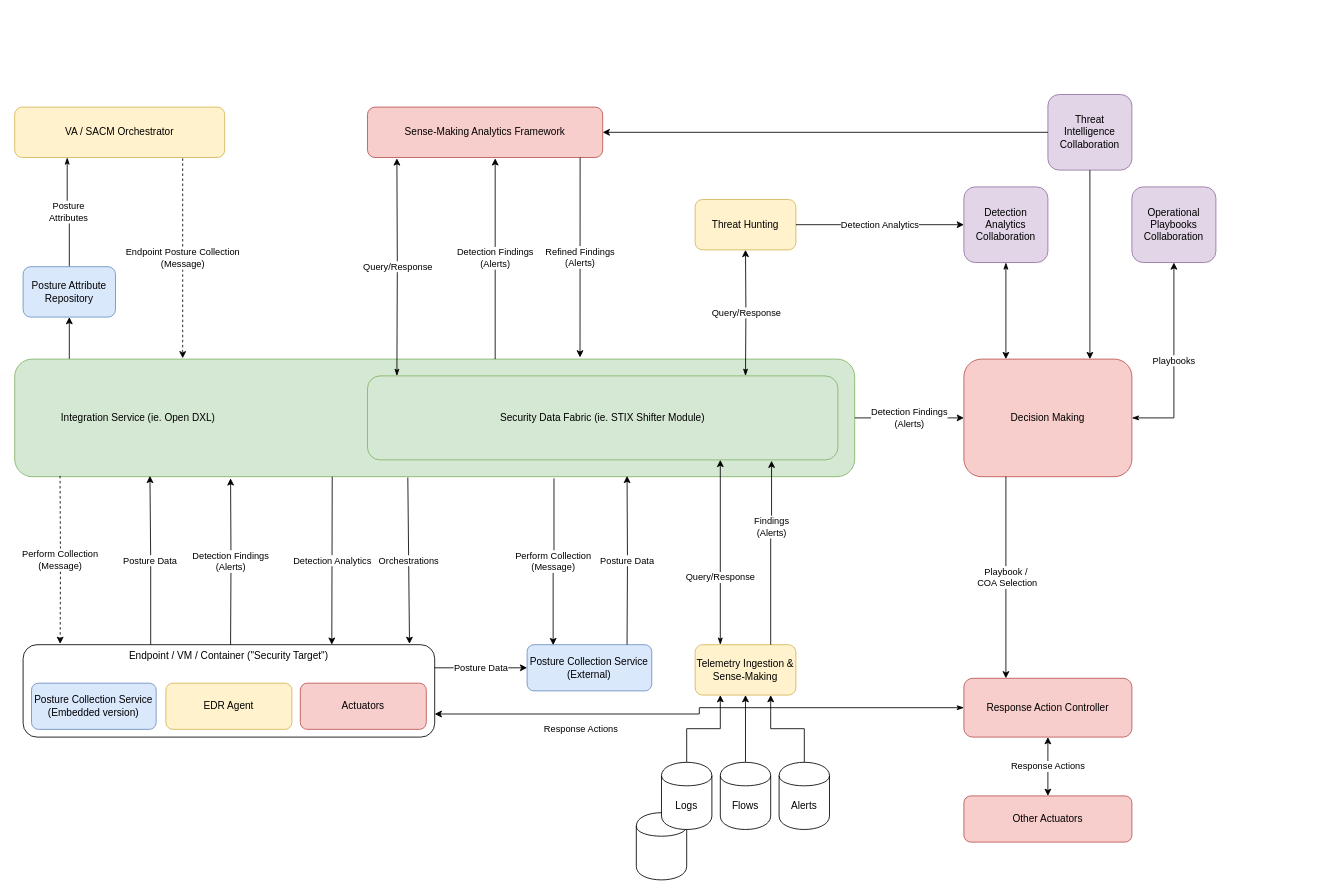
Before: SACM_OCA_IACD.drawio in opencybersecurityalliance/documentation, a draw.io diagram. Source tidied: cells renumbered, new cells numbered last; positions are measured from the earlier drawing's top-left corner, leaving out a move shared by most shapes. Both pictures are drawn from the tidied source at 84%, with x=0, y=0 at pixel (14, 94).
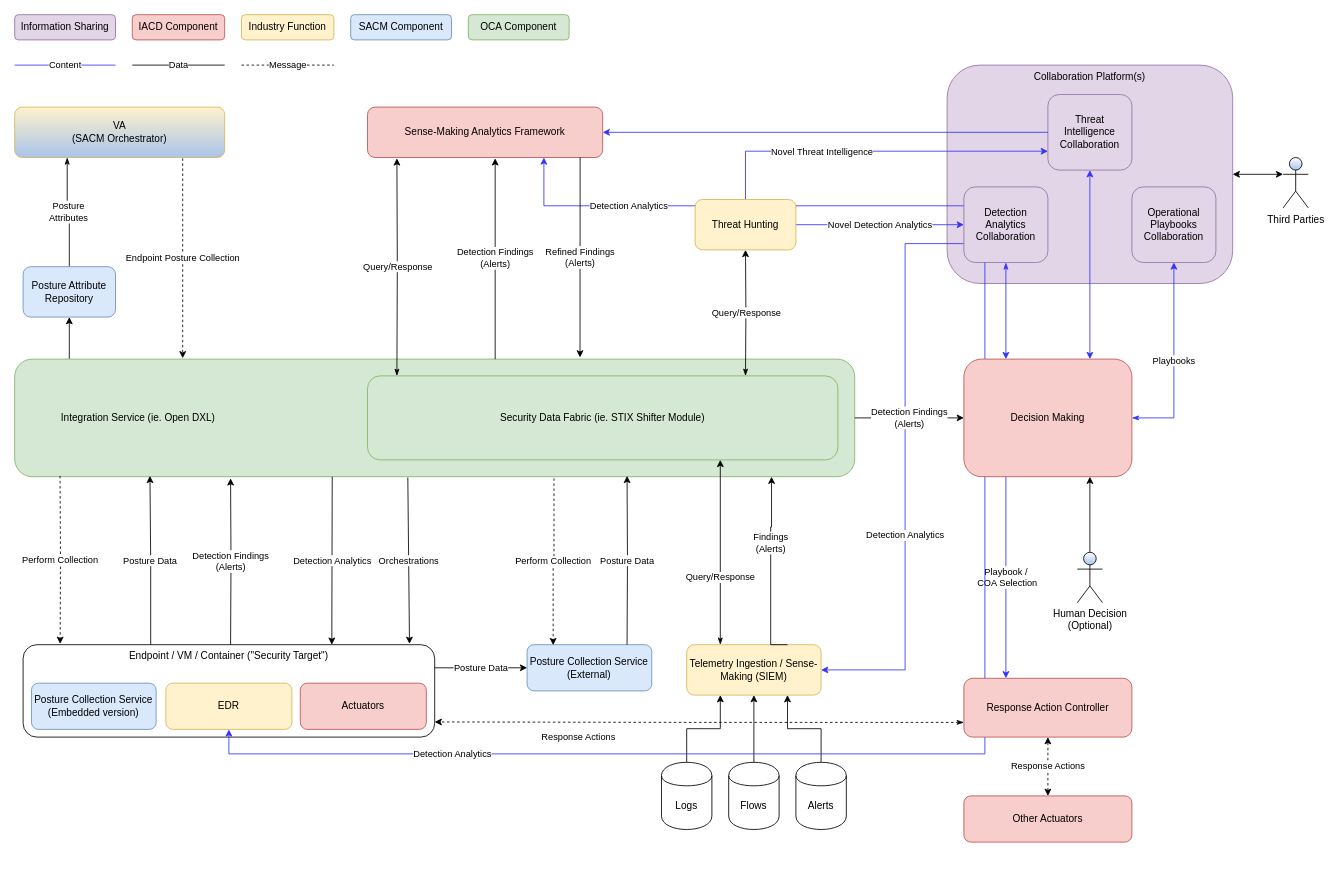
The same page after the edit.

Unchanged cells that the change refers to:
```xml
<mxCell id="6" value="&amp;nbsp; &amp;nbsp; &amp;nbsp; &amp;nbsp; &amp;nbsp; &amp;nbsp; &amp;nbsp; &amp;nbsp; Integration Service (ie. Open DXL)" style="rounded=1;whiteSpace=wrap;html=1;align=left;fillColor=#d5e8d4;strokeColor=#82b366;" parent="1" vertex="1">
  <mxGeometry y="315" width="1000" height="140" as="geometry" />
</mxCell>
<mxCell id="9" value="Threat Intelligence Collaboration" style="rounded=1;whiteSpace=wrap;html=1;fillColor=#e1d5e7;strokeColor=#9673a6;" parent="1" vertex="1">
  <mxGeometry x="1230" width="100" height="90" as="geometry" />
</mxCell>
<mxCell id="10" value="Security Data Fabric (ie. STIX Shifter Module)" style="rounded=1;whiteSpace=wrap;html=1;fillColor=#d5e8d4;strokeColor=#82b366;" parent="1" vertex="1">
  <mxGeometry x="420" y="335" width="560" height="100" as="geometry" />
</mxCell>
<mxCell id="13" style="group;" parent="1" vertex="1">
  <mxGeometry x="10" y="655" width="490" height="110" as="geometry" />
</mxCell>
<mxCell id="14" value="Endpoint / VM / Container (&quot;Security Target&quot;)" style="rounded=1;whiteSpace=wrap;html=1;verticalAlign=top;" parent="13" vertex="1">
  <mxGeometry width="490" height="110" as="geometry" />
</mxCell>
<mxCell id="21" value="Posture Collection Service (External)" style="rounded=1;whiteSpace=wrap;html=1;fillColor=#dae8fc;strokeColor=#6c8ebf;" parent="1" vertex="1">
  <mxGeometry x="610" y="655" width="148.4" height="55" as="geometry" />
</mxCell>
<mxCell id="25" value="Sense-Making Analytics Framework" style="rounded=1;whiteSpace=wrap;html=1;fillColor=#f8cecc;strokeColor=#b85450;" parent="1" vertex="1">
  <mxGeometry x="420" y="15" width="280" height="60" as="geometry" />
</mxCell>
<mxCell id="26" value="Detection Analytics Collaboration" style="rounded=1;whiteSpace=wrap;html=1;fillColor=#e1d5e7;strokeColor=#9673a6;" parent="1" vertex="1">
  <mxGeometry x="1130" y="110" width="100" height="90" as="geometry" />
</mxCell>
<mxCell id="40" value="Other Actuators" style="rounded=1;whiteSpace=wrap;html=1;fillColor=#f8cecc;strokeColor=#b85450;" parent="1" vertex="1">
  <mxGeometry x="1130" y="835" width="200" height="55" as="geometry" />
</mxCell>
<mxCell id="43" value="Operational&lt;br&gt;Playbooks&lt;br&gt;Collaboration" style="rounded=1;whiteSpace=wrap;html=1;fillColor=#e1d5e7;strokeColor=#9673a6;" parent="1" vertex="1">
  <mxGeometry x="1330" y="110" width="100" height="90" as="geometry" />
</mxCell>
```

What changed in the source:
```diff
@@
+    <mxCell id="54" value="Collaboration Platform(s)" style="rounded=1;whiteSpace=wrap;html=1;align=center;fillColor=#e1d5e7;strokeColor=#9673a6;verticalAlign=top;" parent="1" vertex="1">
+      <mxGeometry x="1110" y="-35" width="340" height="260" as="geometry" />
+    </mxCell>
-    <mxCell id="2" value="Endpoint Posture Collection&lt;br&gt;(Message)" style="edgeStyle=orthogonalEdgeStyle;rounded=0;jettySize=auto;html=1;exitX=0.8;exitY=1.017;exitDx=0;exitDy=0;exitPerimeter=0;dashed=1;" parent="1" edge="1" source="12">
+    <mxCell id="2" value="Endpoint Posture Collection" style="edgeStyle=orthogonalEdgeStyle;rounded=0;jettySize=auto;html=1;exitX=0.8;exitY=1.017;exitDx=0;exitDy=0;exitPerimeter=0;dashed=1;" parent="1" edge="1" source="12">
       <mxGeometry relative="1" as="geometry">
         <mxPoint x="200" y="314" as="targetPoint" />
       </mxGeometry>
     </mxCell>
@@
-    <mxCell id="8" value="Perform Collection&lt;br&gt;(Message)" style="edgeStyle=orthogonalEdgeStyle;rounded=0;jettySize=auto;html=1;entryX=0.09;entryY=-0.009;entryDx=0;entryDy=0;entryPerimeter=0;dashed=1;" parent="1" edge="1" target="14">
+    <mxCell id="8" value="Perform Collection" style="edgeStyle=orthogonalEdgeStyle;rounded=0;jettySize=auto;html=1;entryX=0.09;entryY=-0.009;entryDx=0;entryDy=0;entryPerimeter=0;dashed=1;" parent="1" edge="1" target="14">
       <mxGeometry relative="1" as="geometry">
         <mxPoint x="54" y="454" as="sourcePoint" />
       </mxGeometry>
     </mxCell>
@@
-    <mxCell id="11" value="Threat Hunting" style="rounded=1;whiteSpace=wrap;html=1;fillColor=#fff2cc;strokeColor=#d6b656;" parent="1" vertex="1">
-      <mxGeometry x="810" y="125" width="120" height="60" as="geometry" />
-    </mxCell>
-    <mxCell id="12" value="VA / SACM Orchestrator" style="rounded=1;whiteSpace=wrap;html=1;fillColor=#fff2cc;strokeColor=#d6b656;" parent="1" vertex="1">
+    <mxCell id="12" value="VA&lt;br&gt;(SACM Orchestrator)" style="rounded=1;whiteSpace=wrap;html=1;fillColor=#fff2cc;strokeColor=#d6b656;gradientColor=#A9C4EB;" parent="1" vertex="1">
       <mxGeometry y="15" width="250" height="60" as="geometry" />
     </mxCell>
@@
-    <mxCell id="16" value="EDR Agent" style="rounded=1;whiteSpace=wrap;html=1;fillColor=#fff2cc;strokeColor=#d6b656;" parent="13" vertex="1">
+    <mxCell id="16" value="EDR" style="rounded=1;whiteSpace=wrap;html=1;fillColor=#fff2cc;strokeColor=#d6b656;" parent="13" vertex="1">
       <mxGeometry x="170" y="45.8" width="150" height="55" as="geometry" />
     </mxCell>
@@
-    <mxCell id="23" value="Perform Collection&lt;br&gt;(Message)" style="edgeStyle=orthogonalEdgeStyle;rounded=0;jettySize=auto;html=1;entryX=0.209;entryY=0.009;entryDx=0;entryDy=0;entryPerimeter=0;exitX=0.642;exitY=1.014;exitDx=0;exitDy=0;exitPerimeter=0;" parent="1" edge="1" source="6" target="21">
+    <mxCell id="23" value="Perform Collection" style="edgeStyle=orthogonalEdgeStyle;rounded=0;jettySize=auto;html=1;entryX=0.209;entryY=0.009;entryDx=0;entryDy=0;entryPerimeter=0;exitX=0.642;exitY=1.014;exitDx=0;exitDy=0;exitPerimeter=0;dashed=1;" parent="1" edge="1" source="6" target="21">
       <mxGeometry relative="1" as="geometry" />
     </mxCell>
@@
+    <mxCell id="55" value="Detection Analytics" style="edgeStyle=orthogonalEdgeStyle;rounded=0;jettySize=auto;html=1;exitX=0;exitY=0.25;exitDx=0;exitDy=0;entryX=0.75;entryY=1;entryDx=0;entryDy=0;startArrow=none;startFill=0;endArrow=classic;endFill=1;strokeColor=#3333FF;" parent="1" edge="1" source="26" target="25">
+      <mxGeometry x="0.43" relative="1" as="geometry" />
+    </mxCell>
+    <mxCell id="56" value="Detection Analytics" style="edgeStyle=orthogonalEdgeStyle;rounded=0;jettySize=auto;html=1;exitX=0;exitY=0.75;exitDx=0;exitDy=0;entryX=1;entryY=0.5;entryDx=0;entryDy=0;startArrow=none;startFill=0;endArrow=classic;endFill=1;strokeColor=#3333FF;" parent="1" edge="1" source="26" target="44">
+      <mxGeometry x="0.23" relative="1" as="geometry">
+        <Array as="points">
+          <mxPoint x="1060" y="178" />
+          <mxPoint x="1060" y="685" />
+        </Array>
+      </mxGeometry>
+    </mxCell>
@@
-    <mxCell id="31" value="Response Actions" style="edgeStyle=orthogonalEdgeStyle;rounded=0;jettySize=auto;html=1;entryX=1;entryY=0.75;entryDx=0;entryDy=0;startArrow=classicThin;startFill=1;exitX=0;exitY=0.5;exitDx=0;exitDy=0;" parent="1" edge="1" source="39" target="14">
+    <mxCell id="31" value="Response Actions" style="edgeStyle=orthogonalEdgeStyle;rounded=0;jettySize=auto;html=1;entryX=1;entryY=0.836;entryDx=0;entryDy=0;startArrow=classicThin;startFill=1;exitX=0;exitY=0.75;exitDx=0;exitDy=0;dashed=1;entryPerimeter=0;" parent="1" edge="1" source="39" target="14">
       <mxGeometry x="0.46" y="18" relative="1" as="geometry">
         <mxPoint x="1" as="offset" />
       </mxGeometry>
     </mxCell>
-    <mxCell id="32" value="Playbooks" style="edgeStyle=orthogonalEdgeStyle;rounded=0;jettySize=auto;html=1;exitX=1;exitY=0.5;exitDx=0;exitDy=0;entryX=0.5;entryY=1;entryDx=0;entryDy=0;startArrow=classicThin;startFill=1;" parent="1" edge="1" source="33" target="43">
+    <mxCell id="32" value="Playbooks" style="edgeStyle=orthogonalEdgeStyle;rounded=0;jettySize=auto;html=1;exitX=1;exitY=0.5;exitDx=0;exitDy=0;entryX=0.5;entryY=1;entryDx=0;entryDy=0;startArrow=classicThin;startFill=1;strokeColor=#3333FF;" parent="1" edge="1" source="33" target="43">
       <mxGeometry relative="1" as="geometry" />
     </mxCell>
-    <mxCell id="33" value="Decision Making" style="rounded=1;whiteSpace=wrap;html=1;fillColor=#f8cecc;strokeColor=#b85450;" parent="1" vertex="1">
-      <mxGeometry x="1130" y="315" width="200" height="140" as="geometry" />
-    </mxCell>
@@
-    <mxCell id="35" value="Detection Analytics" style="endArrow=classic;html=1;entryX=0;entryY=0.5;entryDx=0;entryDy=0;exitX=1;exitY=0.5;exitDx=0;exitDy=0;" parent="1" edge="1" source="11" target="26">
+    <mxCell id="35" value="Novel Detection Analytics" style="endArrow=classic;html=1;entryX=0;entryY=0.5;entryDx=0;entryDy=0;exitX=1;exitY=0.5;exitDx=0;exitDy=0;strokeColor=#3333FF;" parent="1" edge="1" source="11" target="26">
       <mxGeometry relative="1" as="geometry" />
     </mxCell>
-    <mxCell id="36" style="endArrow=classic;html=1;entryX=1;entryY=0.5;entryDx=0;entryDy=0;exitX=0;exitY=0.5;exitDx=0;exitDy=0;" parent="1" edge="1" source="9" target="25">
+    <mxCell id="36" style="endArrow=classic;html=1;entryX=1;entryY=0.5;entryDx=0;entryDy=0;exitX=0;exitY=0.5;exitDx=0;exitDy=0;strokeColor=#3333FF;" parent="1" edge="1" source="9" target="25">
       <mxGeometry relative="1" as="geometry" />
     </mxCell>
-    <mxCell id="37" style="endArrow=classic;html=1;entryX=0.75;entryY=0;entryDx=0;entryDy=0;exitX=0.5;exitY=1;exitDx=0;exitDy=0;" parent="1" edge="1" source="9" target="33">
+    <mxCell id="37" style="endArrow=classic;html=1;entryX=0.75;entryY=0;entryDx=0;entryDy=0;exitX=0.5;exitY=1;exitDx=0;exitDy=0;strokeColor=#3333FF;startArrow=classic;startFill=1;" parent="1" edge="1" source="9" target="33">
       <mxGeometry relative="1" as="geometry" />
     </mxCell>
-    <mxCell id="38" style="endArrow=classic;html=1;entryX=0.25;entryY=0;entryDx=0;entryDy=0;exitX=0.5;exitY=1;exitDx=0;exitDy=0;startArrow=classicThin;startFill=1;" parent="1" edge="1" source="26" target="33">
+    <mxCell id="38" style="endArrow=classic;html=1;entryX=0.25;entryY=0;entryDx=0;entryDy=0;exitX=0.5;exitY=1;exitDx=0;exitDy=0;startArrow=classicThin;startFill=1;strokeColor=#3333FF;" parent="1" edge="1" source="26" target="33">
       <mxGeometry relative="1" as="geometry" />
     </mxCell>
-    <mxCell id="39" value="Response Action Controller" style="rounded=1;whiteSpace=wrap;html=1;fillColor=#f8cecc;strokeColor=#b85450;" parent="1" vertex="1">
-      <mxGeometry x="1130" y="695" width="200" height="70" as="geometry" />
-    </mxCell>
@@
-    <mxCell id="41" value="Response Actions" style="endArrow=classic;startArrow=classic;html=1;entryX=0.5;entryY=1;entryDx=0;entryDy=0;exitX=0.5;exitY=0;exitDx=0;exitDy=0;" parent="1" edge="1" source="40" target="39">
+    <mxCell id="41" value="Response Actions" style="endArrow=classic;startArrow=classic;html=1;entryX=0.5;entryY=1;entryDx=0;entryDy=0;exitX=0.5;exitY=0;exitDx=0;exitDy=0;dashed=1;" parent="1" edge="1" source="40" target="39">
       <mxGeometry relative="1" as="geometry" />
     </mxCell>
-    <mxCell id="42" value="Playbook /&lt;br&gt;&amp;nbsp;COA Selection" style="endArrow=classic;html=1;entryX=0.25;entryY=0;entryDx=0;entryDy=0;exitX=0.25;exitY=1;exitDx=0;exitDy=0;" parent="1" edge="1" source="33" target="39">
+    <mxCell id="42" value="Playbook /&lt;br&gt;&amp;nbsp;COA Selection" style="endArrow=classic;html=1;entryX=0.25;entryY=0;entryDx=0;entryDy=0;exitX=0.25;exitY=1;exitDx=0;exitDy=0;strokeColor=#3333FF;" parent="1" edge="1" source="33" target="39">
       <mxGeometry relative="1" as="geometry" />
     </mxCell>
@@
-    <mxCell id="44" value="Telemetry Ingestion &amp;amp; Sense-Making" style="rounded=1;whiteSpace=wrap;html=1;fillColor=#fff2cc;strokeColor=#d6b656;" parent="1" vertex="1">
-      <mxGeometry x="810" y="655" width="120" height="60" as="geometry" />
+    <mxCell id="44" value="Telemetry Ingestion / Sense-Making (SIEM)" style="rounded=1;whiteSpace=wrap;html=1;fillColor=#fff2cc;strokeColor=#d6b656;" parent="1" vertex="1">
+      <mxGeometry x="800" y="655" width="160" height="60" as="geometry" />
     </mxCell>
@@
-    <mxCell id="46" style="shape=cylinder;whiteSpace=wrap;html=1;boundedLbl=1;backgroundOutline=1;align=left;" parent="1" vertex="1">
+    <mxCell id="46" style="shape=cylinder;whiteSpace=wrap;html=1;boundedLbl=1;backgroundOutline=1;align=left;fillColor=none;strokeColor=none;" parent="1" vertex="1">
       <mxGeometry x="740" y="855" width="60" height="80" as="geometry" />
     </mxCell>
@@
     <mxCell id="50" value="Flows" style="shape=cylinder;whiteSpace=wrap;html=1;boundedLbl=1;backgroundOutline=1;align=center;" parent="1" vertex="1">
-      <mxGeometry x="840" y="795" width="60" height="80" as="geometry" />
+      <mxGeometry x="850" y="795" width="60" height="80" as="geometry" />
     </mxCell>
@@
     <mxCell id="52" value="Alerts" style="shape=cylinder;whiteSpace=wrap;html=1;boundedLbl=1;backgroundOutline=1;align=center;" parent="1" vertex="1">
-      <mxGeometry x="910" y="795" width="60" height="80" as="geometry" />
+      <mxGeometry x="930" y="795" width="60" height="80" as="geometry" />
     </mxCell>
-    <mxCell id="53" value="Findings&lt;br&gt;(Alerts)" style="edgeStyle=orthogonalEdgeStyle;rounded=0;jettySize=auto;html=1;entryX=0.859;entryY=1.01;entryDx=0;entryDy=0;startArrow=none;startFill=0;exitX=0.75;exitY=0;exitDx=0;exitDy=0;entryPerimeter=0;" parent="1" edge="1" source="44" target="10">
+    <mxCell id="53" value="Findings&lt;br&gt;(Alerts)" style="edgeStyle=orthogonalEdgeStyle;rounded=0;jettySize=auto;html=1;startArrow=none;startFill=0;exitX=0.75;exitY=0;exitDx=0;exitDy=0;" parent="1" edge="1" source="44">
       <mxGeometry x="0.28" relative="1" as="geometry">
+        <mxPoint x="901" y="455" as="targetPoint" />
         <Array as="points">
           <mxPoint x="900" y="515" />
           <mxPoint x="901" y="515" />
         </Array>
       </mxGeometry>
     </mxCell>
+    <mxCell id="57" value="Information Sharing" style="rounded=1;whiteSpace=wrap;html=1;align=center;fillColor=#e1d5e7;strokeColor=#9673a6;" parent="1" vertex="1">
+      <mxGeometry y="-95" width="120" height="30" as="geometry" />
+    </mxCell>
+    <mxCell id="58" value="IACD Component" style="rounded=1;whiteSpace=wrap;html=1;align=center;fillColor=#f8cecc;strokeColor=#b85450;" parent="1" vertex="1">
+      <mxGeometry x="140" y="-95" width="110" height="30" as="geometry" />
+    </mxCell>
+    <mxCell id="59" value="Industry Function" style="rounded=1;whiteSpace=wrap;html=1;align=center;fillColor=#fff2cc;strokeColor=#d6b656;" parent="1" vertex="1">
+      <mxGeometry x="270" y="-95" width="110" height="30" as="geometry" />
+    </mxCell>
+    <mxCell id="60" value="SACM Component" style="rounded=1;whiteSpace=wrap;html=1;align=center;fillColor=#dae8fc;strokeColor=#6c8ebf;" parent="1" vertex="1">
+      <mxGeometry x="400" y="-95" width="120" height="30" as="geometry" />
+    </mxCell>
+    <mxCell id="61" value="OCA Component" style="rounded=1;whiteSpace=wrap;html=1;align=center;fillColor=#d5e8d4;strokeColor=#82b366;" parent="1" vertex="1">
+      <mxGeometry x="540" y="-95" width="120" height="30" as="geometry" />
+    </mxCell>
+    <mxCell id="62" style="edgeStyle=orthogonalEdgeStyle;rounded=0;jettySize=auto;html=1;exitX=0.5;exitY=0;exitDx=0;exitDy=0;exitPerimeter=0;entryX=0.75;entryY=1;entryDx=0;entryDy=0;startArrow=none;startFill=0;" parent="1" edge="1" source="63" target="33">
+      <mxGeometry relative="1" as="geometry" />
+    </mxCell>
+    <mxCell id="63" value="Human Decision&lt;br&gt;(Optional)" style="shape=umlActor;verticalLabelPosition=bottom;labelBackgroundColor=#ffffff;verticalAlign=top;html=1;outlineConnect=0;gradientColor=#A9C4EB;align=center;" parent="1" vertex="1">
+      <mxGeometry x="1265" y="545" width="30" height="60" as="geometry" />
+    </mxCell>
+    <mxCell id="64" style="edgeStyle=orthogonalEdgeStyle;rounded=0;jettySize=auto;html=1;exitX=0;exitY=0.3333333333333333;exitDx=0;exitDy=0;exitPerimeter=0;entryX=1;entryY=0.5;entryDx=0;entryDy=0;startArrow=classic;startFill=1;" parent="1" edge="1" source="65" target="54">
+      <mxGeometry relative="1" as="geometry" />
+    </mxCell>
+    <mxCell id="65" value="Third Parties" style="shape=umlActor;verticalLabelPosition=bottom;labelBackgroundColor=#ffffff;verticalAlign=top;html=1;outlineConnect=0;gradientColor=#A9C4EB;align=center;" parent="1" vertex="1">
+      <mxGeometry x="1510" y="75" width="30" height="60" as="geometry" />
+    </mxCell>
+    <mxCell id="66" value="Detection Analytics" style="edgeStyle=orthogonalEdgeStyle;rounded=0;jettySize=auto;html=1;exitX=0.5;exitY=1;exitDx=0;exitDy=0;entryX=0.25;entryY=1;entryDx=0;entryDy=0;startArrow=classic;startFill=1;strokeColor=#3333FF;endArrow=none;endFill=0;" parent="1" edge="1" source="16" target="26">
+      <mxGeometry x="-0.61" relative="1" as="geometry">
+        <Array as="points">
+          <mxPoint x="255" y="785" />
+          <mxPoint x="1155" y="785" />
+        </Array>
+      </mxGeometry>
+    </mxCell>
+    <mxCell id="33" value="Decision Making" style="rounded=1;whiteSpace=wrap;html=1;fillColor=#f8cecc;strokeColor=#b85450;" parent="1" vertex="1">
+      <mxGeometry x="1130" y="315" width="200" height="140" as="geometry" />
+    </mxCell>
+    <mxCell id="39" value="Response Action Controller" style="rounded=1;whiteSpace=wrap;html=1;fillColor=#f8cecc;strokeColor=#b85450;" parent="1" vertex="1">
+      <mxGeometry x="1130" y="695" width="200" height="70" as="geometry" />
+    </mxCell>
+    <mxCell id="67" value="Novel Threat Intelligence" style="edgeStyle=orthogonalEdgeStyle;rounded=0;jettySize=auto;html=1;exitX=0.5;exitY=0;exitDx=0;exitDy=0;entryX=0;entryY=0.75;entryDx=0;entryDy=0;startArrow=none;startFill=0;endArrow=classic;endFill=1;strokeColor=#3333FF;" parent="1" edge="1" source="11" target="9">
+      <mxGeometry x="-0.29" relative="1" as="geometry" />
+    </mxCell>
+    <mxCell id="11" value="Threat Hunting" style="rounded=1;whiteSpace=wrap;html=1;fillColor=#fff2cc;strokeColor=#d6b656;" parent="1" vertex="1">
+      <mxGeometry x="810" y="125" width="120" height="60" as="geometry" />
+    </mxCell>
+    <mxCell id="68" value="Content" style="endArrow=none;html=1;strokeColor=#3333FF;" parent="1" edge="1">
+      <mxGeometry relative="1" as="geometry">
+        <mxPoint y="-35" as="sourcePoint" />
+        <mxPoint x="120" y="-35" as="targetPoint" />
+      </mxGeometry>
+    </mxCell>
+    <mxCell id="69" value="Data" style="endArrow=none;html=1;strokeColor=#000000;" parent="1" edge="1">
+      <mxGeometry relative="1" as="geometry">
+        <mxPoint x="140" y="-35" as="sourcePoint" />
+        <mxPoint x="250" y="-35" as="targetPoint" />
+      </mxGeometry>
+    </mxCell>
+    <mxCell id="70" value="Message" style="endArrow=none;html=1;strokeColor=#000000;dashed=1;" parent="1" edge="1">
+      <mxGeometry relative="1" as="geometry">
+        <mxPoint x="270" y="-35" as="sourcePoint" />
+        <mxPoint x="380" y="-35" as="targetPoint" />
+      </mxGeometry>
+    </mxCell>
```
